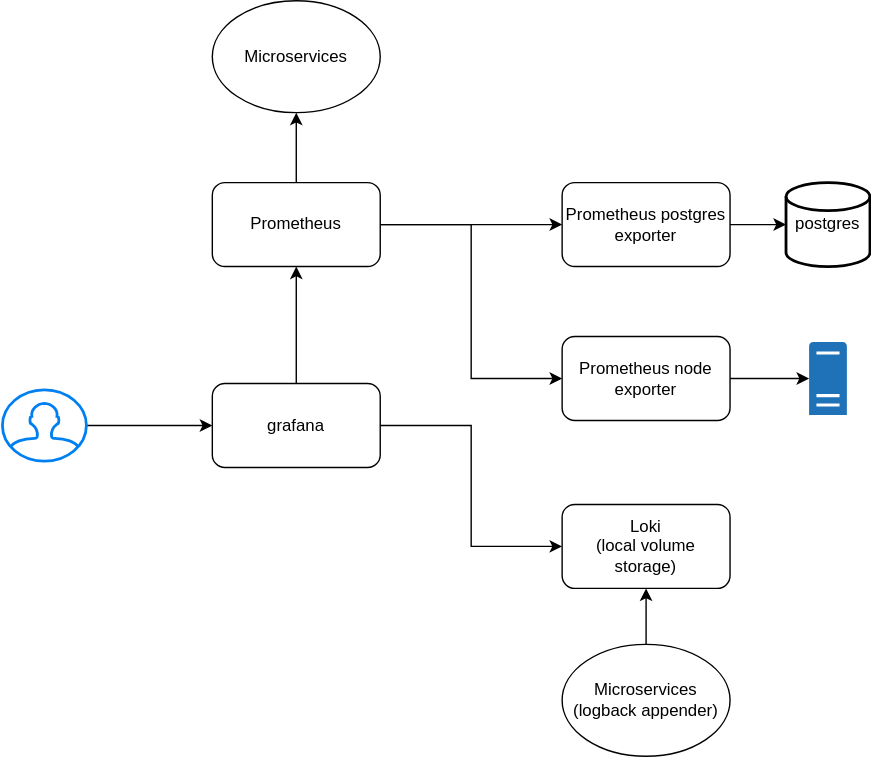
This is jforwarder-monitoring.drawio.svg from Dankoy/jforwarder, a draw.io export, as it was before one commit. Source tidied: cells renumbered, new cells last; positions are measured from the earlier drawing's top-left corner, leaving out a move shared by most shapes.
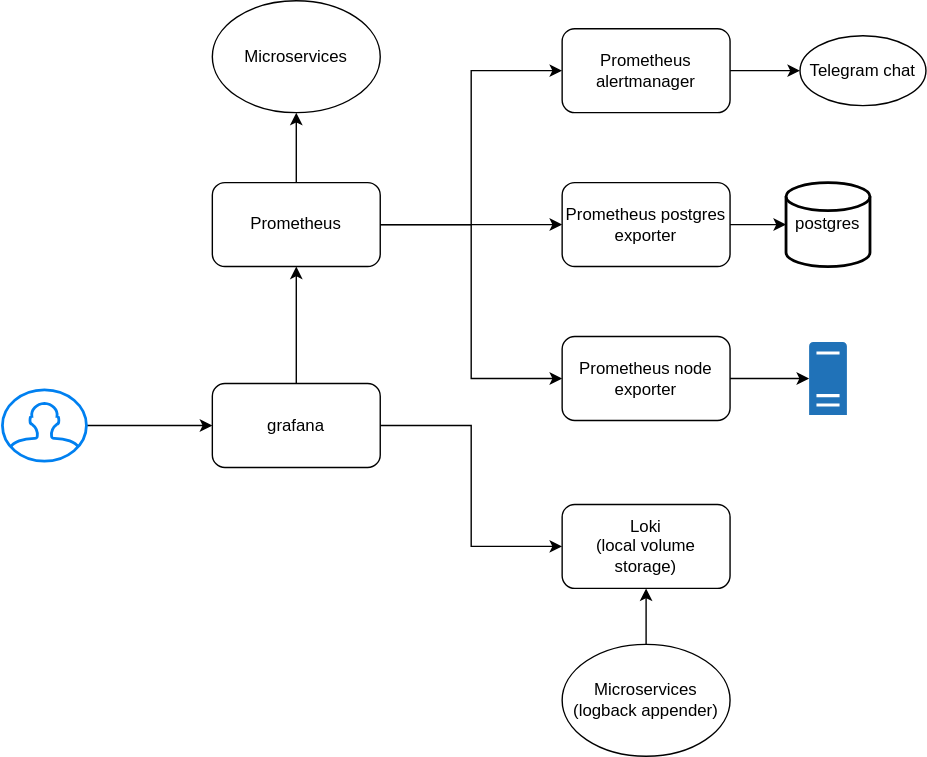
Later version of the same file.

Diff of the diagram source:
```diff
@@ -11,6 +11,9 @@
     <mxCell id="4" style="edgeStyle=orthogonalEdgeStyle;rounded=0;jettySize=auto;html=1;entryX=0.5;entryY=1;entryDx=0;entryDy=0;" parent="1" edge="1" source="5" target="17">
       <mxGeometry relative="1" as="geometry" />
     </mxCell>
+    <mxCell id="21" style="edgeStyle=orthogonalEdgeStyle;rounded=0;jettySize=auto;html=1;entryX=0;entryY=0.5;entryDx=0;entryDy=0;" parent="1" edge="1" source="5" target="23">
+      <mxGeometry relative="1" as="geometry" />
+    </mxCell>
     <mxCell id="5" value="&lt;div&gt;Prometheus&lt;/div&gt;" style="rounded=1;whiteSpace=wrap;html=1;" parent="1" vertex="1">
       <mxGeometry x="150" y="130" width="120" height="60" as="geometry" />
     </mxCell>
@@ -59,5 +62,14 @@
     <mxCell id="20" value="&lt;div&gt;Microservices&lt;/div&gt;&lt;div&gt;(logback appender)&lt;br&gt;&lt;/div&gt;" style="ellipse;whiteSpace=wrap;html=1;" parent="1" vertex="1">
       <mxGeometry x="400" y="460" width="120" height="80" as="geometry" />
     </mxCell>
+    <mxCell id="22" style="edgeStyle=orthogonalEdgeStyle;rounded=0;jettySize=auto;html=1;" parent="1" edge="1" source="23" target="24">
+      <mxGeometry relative="1" as="geometry" />
+    </mxCell>
+    <mxCell id="23" value="&lt;div&gt;Prometheus alertmanager&lt;/div&gt;" style="rounded=1;whiteSpace=wrap;html=1;" parent="1" vertex="1">
+      <mxGeometry x="400" y="20" width="120" height="60" as="geometry" />
+    </mxCell>
+    <mxCell id="24" value="Telegram chat" style="ellipse;whiteSpace=wrap;html=1;rounded=1;" parent="1" vertex="1">
+      <mxGeometry x="570" y="25" width="90" height="50" as="geometry" />
+    </mxCell>
   </root>
 </mxGraphModel>
```
